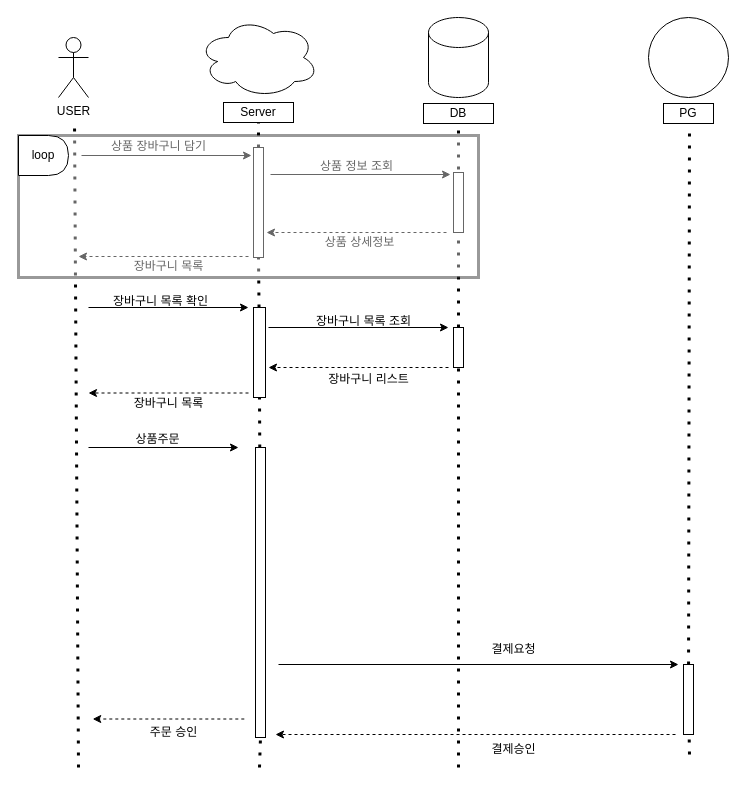
Earlier version of the draw.io diagram 제목 없는 다이어그램.drawio (HOON0904/HOON0904). Source tidied: cells renumbered, new cells numbered last; positions are measured from the earlier drawing's top-left corner, leaving out a move shared by most shapes. Both pictures are drawn from the tidied source at 100%, with x=0, y=0 at pixel (18, 17).
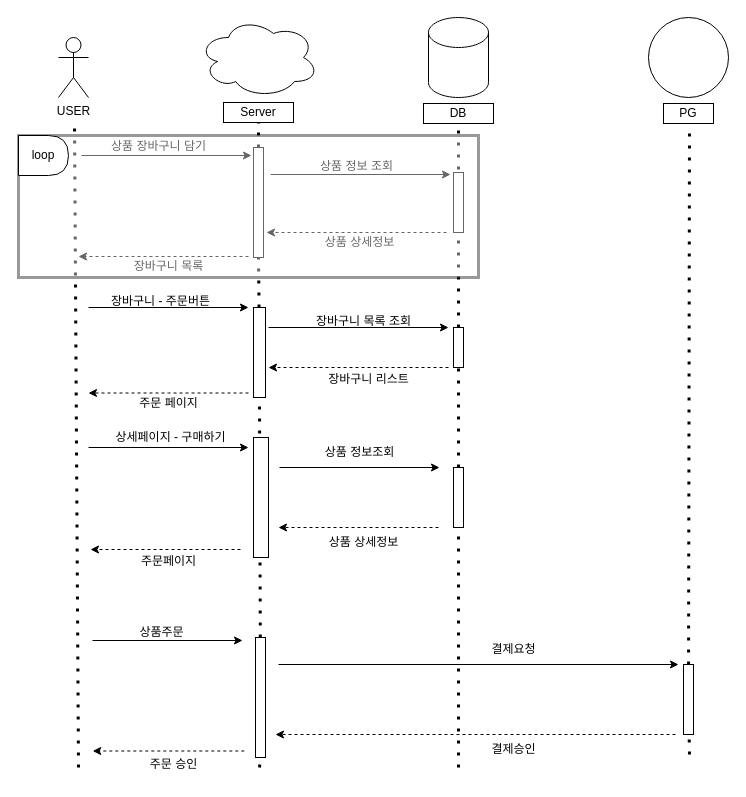
After the change.

Commit message:
제목 없는 다이어그램.drawio 업데이트

The change refers to these unchanged cells:
```xml
<mxCell id="42" style="rounded=0;whiteSpace=wrap;html=1;" parent="1" vertex="1">
  <mxGeometry x="435" y="310" width="10" height="40" as="geometry" />
</mxCell>
```

What changed in the source:
```diff
@@
     <mxCell id="28" value="상품주문" style="text;html=1;align=center;verticalAlign=middle;strokeColor=none;fillColor=none;" parent="1" vertex="1">
-      <mxGeometry x="104" y="407" width="70" height="30" as="geometry" />
+      <mxGeometry x="108" y="600" width="70" height="30" as="geometry" />
     </mxCell>
@@
     <mxCell id="32" value="주문 승인" style="text;html=1;align=center;verticalAlign=middle;strokeColor=none;fillColor=none;" parent="1" vertex="1">
-      <mxGeometry x="120" y="700" width="70" height="30" as="geometry" />
+      <mxGeometry x="120" y="732" width="70" height="30" as="geometry" />
     </mxCell>
@@
-    <mxCell id="39" value="장바구니 목록 확인" style="text;html=1;align=center;verticalAlign=middle;strokeColor=none;fillColor=none;" parent="1" vertex="1">
+    <mxCell id="39" value="장바구니 - 주문버튼" style="text;html=1;align=center;verticalAlign=middle;strokeColor=none;fillColor=none;" parent="1" vertex="1">
       <mxGeometry x="77" y="269" width="130" height="30" as="geometry" />
     </mxCell>
-    <mxCell id="40" value="장바구니 목록" style="text;html=1;align=center;verticalAlign=middle;strokeColor=none;fillColor=none;" parent="1" vertex="1">
-      <mxGeometry x="100" y="371" width="100" height="30" as="geometry" />
+    <mxCell id="40" value="주문 페이지" style="text;html=1;align=center;verticalAlign=middle;strokeColor=none;fillColor=none;" parent="1" vertex="1">
+      <mxGeometry x="105" y="371" width="90" height="30" as="geometry" />
     </mxCell>
-    <mxCell id="41" style="endArrow=none;dashed=1;html=1;dashPattern=1 3;strokeWidth=3;rounded=0;" parent="1" edge="1" target="42">
-      <mxGeometry relative="1" as="geometry">
-        <mxPoint x="440" y="750" as="sourcePoint" />
-      </mxGeometry>
+    <mxCell id="41" style="endArrow=none;dashed=1;html=1;dashPattern=1 3;strokeWidth=3;rounded=0;" parent="1" edge="1" source="58" target="42">
+      <mxGeometry relative="1" as="geometry" />
     </mxCell>
@@
     <mxCell id="47" style="endArrow=classic;html=1;rounded=0;" parent="1" edge="1">
       <mxGeometry relative="1" as="geometry">
-        <mxPoint x="70" y="430" as="sourcePoint" />
-        <mxPoint x="220" y="430" as="targetPoint" />
+        <mxPoint x="74" y="623" as="sourcePoint" />
+        <mxPoint x="224" y="623" as="targetPoint" />
       </mxGeometry>
     </mxCell>
     <mxCell id="48" style="endArrow=classic;html=1;rounded=0;dashed=1;" parent="1" edge="1">
       <mxGeometry relative="1" as="geometry">
-        <mxPoint x="225.8" y="701.5" as="sourcePoint" />
-        <mxPoint x="74.2" y="701.5" as="targetPoint" />
+        <mxPoint x="225.8" y="733.5" as="sourcePoint" />
+        <mxPoint x="74.2" y="733.5" as="targetPoint" />
         <Array as="points">
-          <mxPoint x="145.8" y="701.5" />
+          <mxPoint x="145.8" y="733.5" />
         </Array>
       </mxGeometry>
     </mxCell>
@@
     <mxCell id="50" style="rounded=0;whiteSpace=wrap;html=1;" parent="1" vertex="1">
-      <mxGeometry x="237" y="430" width="10" height="290" as="geometry" />
+      <mxGeometry x="237" y="620" width="10" height="120" as="geometry" />
     </mxCell>
+    <mxCell id="51" style="endArrow=classic;html=1;rounded=0;" parent="1" edge="1">
+      <mxGeometry relative="1" as="geometry">
+        <mxPoint x="70" y="430" as="sourcePoint" />
+        <mxPoint x="230" y="430" as="targetPoint" />
+      </mxGeometry>
+    </mxCell>
+    <mxCell id="52" style="rounded=0;whiteSpace=wrap;html=1;" parent="1" vertex="1">
+      <mxGeometry x="235" y="420" width="15" height="120" as="geometry" />
+    </mxCell>
+    <mxCell id="53" style="endArrow=classic;html=1;rounded=0;dashed=1;" parent="1" edge="1">
+      <mxGeometry relative="1" as="geometry">
+        <mxPoint x="222" y="532" as="sourcePoint" />
+        <mxPoint x="72" y="532" as="targetPoint" />
+      </mxGeometry>
+    </mxCell>
+    <mxCell id="54" value="상세페이지 - 구매하기" style="text;html=1;align=center;verticalAlign=middle;strokeColor=none;fillColor=none;" parent="1" vertex="1">
+      <mxGeometry x="82" y="405" width="140" height="30" as="geometry" />
+    </mxCell>
+    <mxCell id="55" value="주문페이지" style="text;html=1;align=center;verticalAlign=middle;strokeColor=none;fillColor=none;" parent="1" vertex="1">
+      <mxGeometry x="110" y="529" width="80" height="30" as="geometry" />
+    </mxCell>
+    <mxCell id="56" style="endArrow=classic;html=1;rounded=0;" parent="1" edge="1">
+      <mxGeometry relative="1" as="geometry">
+        <mxPoint x="261" y="450" as="sourcePoint" />
+        <mxPoint x="421" y="450" as="targetPoint" />
+      </mxGeometry>
+    </mxCell>
+    <mxCell id="57" style="endArrow=none;dashed=1;html=1;dashPattern=1 3;strokeWidth=3;rounded=0;" parent="1" edge="1" target="58">
+      <mxGeometry relative="1" as="geometry">
+        <mxPoint x="440" y="750" as="sourcePoint" />
+      </mxGeometry>
+    </mxCell>
+    <mxCell id="58" style="rounded=0;whiteSpace=wrap;html=1;" parent="1" vertex="1">
+      <mxGeometry x="435" y="450" width="10" height="60" as="geometry" />
+    </mxCell>
+    <mxCell id="59" style="endArrow=classic;html=1;rounded=0;dashed=1;" parent="1" edge="1">
+      <mxGeometry relative="1" as="geometry">
+        <mxPoint x="420" y="510" as="sourcePoint" />
+        <mxPoint x="260" y="510" as="targetPoint" />
+      </mxGeometry>
+    </mxCell>
+    <mxCell id="60" value="상품 정보조회" style="text;html=1;align=center;verticalAlign=middle;strokeColor=none;fillColor=none;" parent="1" vertex="1">
+      <mxGeometry x="291" y="420" width="100" height="30" as="geometry" />
+    </mxCell>
+    <mxCell id="61" value="상품 상세정보" style="text;html=1;align=center;verticalAlign=middle;strokeColor=none;fillColor=none;" parent="1" vertex="1">
+      <mxGeometry x="295" y="510" width="100" height="30" as="geometry" />
+    </mxCell>
```
